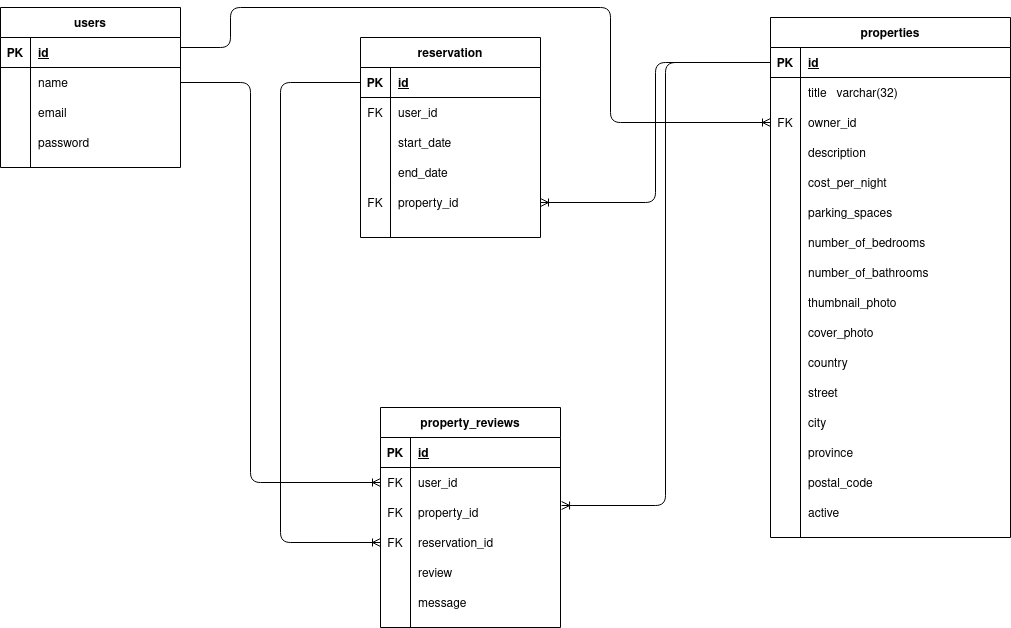
DSykes28/LightBnB keeps this draw.io diagram as LightBnB ERD.png. Above is the earlier version. Source tidied: cells renumbered, new cells last; positions are measured from the earlier drawing's top-left corner, leaving out a move shared by most shapes.
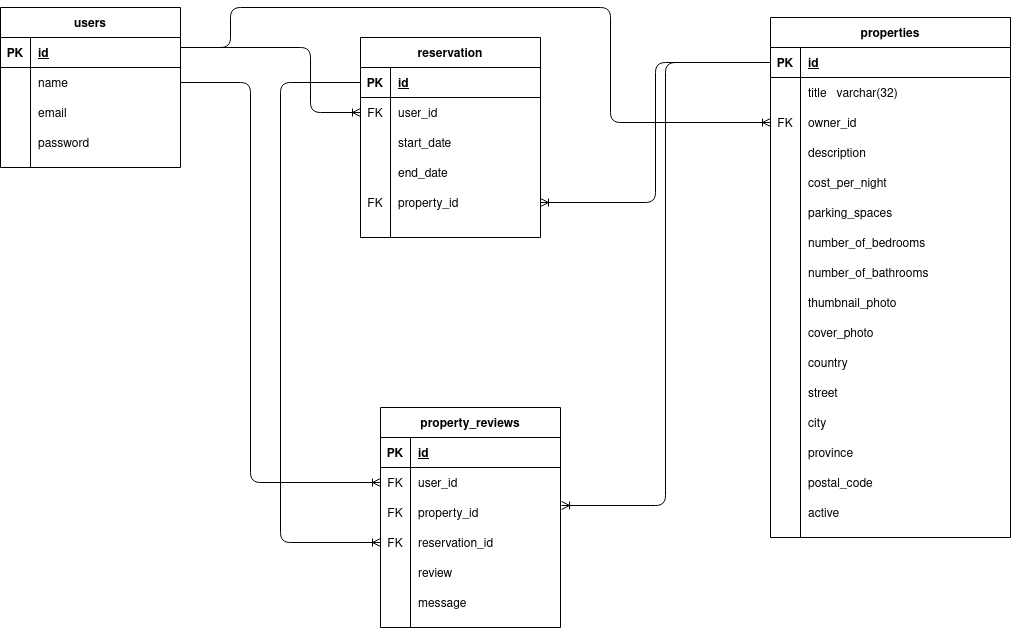
The same file after the commit.

The edit, as a diff of the source:
```diff
@@ -325,5 +325,14 @@
     <mxCell id="103" style="edgeStyle=orthogonalEdgeStyle;fontSize=12;html=1;endArrow=ERoneToMany;exitX=0;exitY=0.5;exitDx=0;exitDy=0;entryX=1.006;entryY=0.267;entryDx=0;entryDy=0;entryPerimeter=0;" parent="1" edge="1" source="3" target="71">
       <mxGeometry relative="1" as="geometry" />
     </mxCell>
+    <mxCell id="104" style="edgeStyle=orthogonalEdgeStyle;fontSize=12;html=1;endArrow=ERoneToMany;entryX=0;entryY=0.5;entryDx=0;entryDy=0;" parent="1" edge="1" target="87">
+      <mxGeometry relative="1" as="geometry">
+        <mxPoint x="180" y="40" as="sourcePoint" />
+        <Array as="points">
+          <mxPoint x="310" y="40" />
+          <mxPoint x="310" y="105" />
+        </Array>
+      </mxGeometry>
+    </mxCell>
   </root>
 </mxGraphModel>
```
